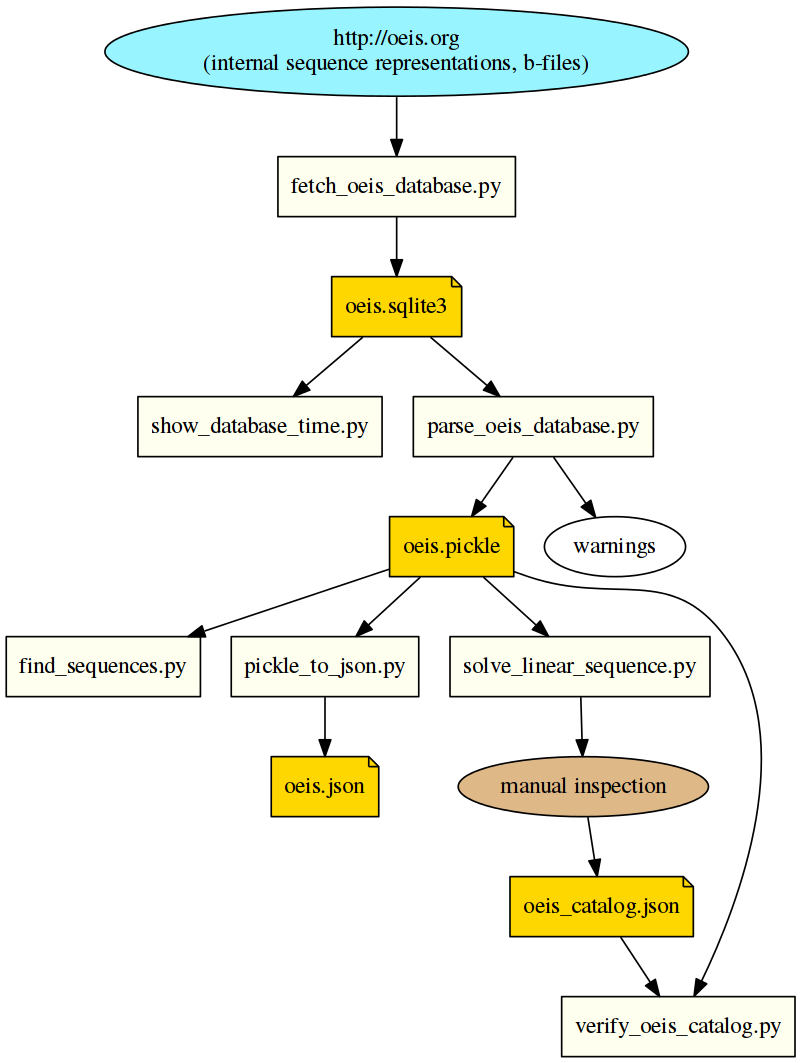
Earlier version of the Graphviz export docs/oeis-tools.png (sidneycadot/oeis). Its source is kept beside it as docs/oeis-tools.dot.
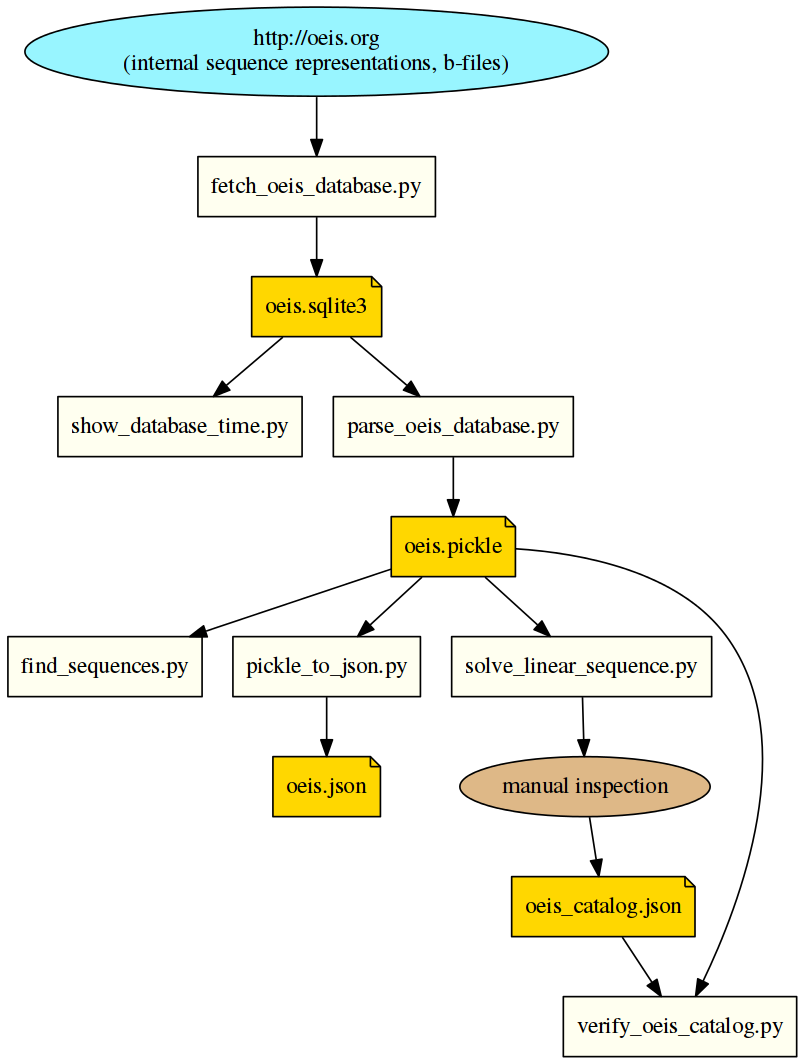
The same diagram one commit later.

Commit message:
Removed warnings node.

Diff of the diagram source:
```diff
@@ -27,7 +27,6 @@
     remote_web -> fetch_oeis_database -> local_sqlite3;
     local_sqlite3 -> show_database_time;
     local_sqlite3 -> parse_oeis_database -> local_pickle;
-    parse_oeis_database -> warnings;
     local_pickle -> solve_linear_sequence -> human_in_the_loop;
     local_pickle -> find_sequences;
     local_pickle -> pickle_to_json -> local_json
```
